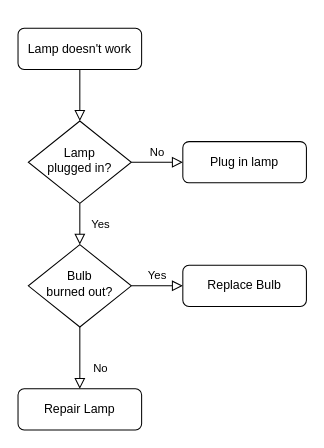
Before: Untitled Diagram.drawio in AdliXSec/FlowchartTubes, a draw.io diagram. Source tidied: cells renumbered, new cells numbered last; positions are measured from the earlier drawing's top-left corner, leaving out a move shared by most shapes. Both pictures are drawn from the tidied source at 103%, with x=0, y=0 at pixel (18, 28).
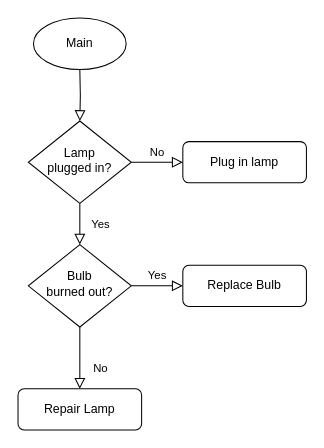
The same page after the edit.

The edit, as a diff of the source:
```diff
@@
 <mxGraphModel>
   <root>
     <mxCell id="0" />
     <mxCell id="1" parent="0" />
-    <mxCell id="2" style="rounded=0;html=1;jettySize=auto;fontSize=11;endArrow=block;endFill=0;endSize=8;strokeWidth=1;shadow=0;labelBackgroundColor=none;edgeStyle=orthogonalEdgeStyle;" parent="1" edge="1" source="3" target="6">
-      <mxGeometry relative="1" as="geometry" />
+    <mxCell id="2" style="rounded=0;html=1;jettySize=auto;fontSize=11;endArrow=block;endFill=0;endSize=8;strokeWidth=1;shadow=0;labelBackgroundColor=none;edgeStyle=orthogonalEdgeStyle;" parent="1" edge="1" target="6">
+      <mxGeometry relative="1" as="geometry">
+        <mxPoint x="60" y="40" as="sourcePoint" />
+      </mxGeometry>
     </mxCell>
-    <mxCell id="3" value="Lamp doesn't work" style="rounded=1;whiteSpace=wrap;html=1;fontSize=12;glass=0;strokeWidth=1;shadow=0;" parent="1" vertex="1">
-      <mxGeometry width="120" height="40" as="geometry" />
-    </mxCell>
     <mxCell id="4" value="Yes" style="rounded=0;html=1;jettySize=auto;fontSize=11;endArrow=block;endFill=0;endSize=8;strokeWidth=1;shadow=0;labelBackgroundColor=none;edgeStyle=orthogonalEdgeStyle;" parent="1" edge="1" source="6" target="10">
       <mxGeometry y="20" relative="1" as="geometry" />
     </mxCell>
     <mxCell id="5" value="No" style="edgeStyle=orthogonalEdgeStyle;rounded=0;html=1;jettySize=auto;fontSize=11;endArrow=block;endFill=0;endSize=8;strokeWidth=1;shadow=0;labelBackgroundColor=none;" parent="1" edge="1" source="6" target="7">
       <mxGeometry y="10" relative="1" as="geometry" />
     </mxCell>
     <mxCell id="6" value="Lamp&lt;br&gt;plugged in?" style="rhombus;whiteSpace=wrap;html=1;shadow=0;fontFamily=Helvetica;fontSize=12;align=center;strokeWidth=1;spacing=6;spacingTop=-4;" parent="1" vertex="1">
       <mxGeometry x="10" y="90" width="100" height="80" as="geometry" />
     </mxCell>
     <mxCell id="7" value="Plug in lamp" style="rounded=1;whiteSpace=wrap;html=1;fontSize=12;glass=0;strokeWidth=1;shadow=0;" parent="1" vertex="1">
       <mxGeometry x="160" y="110" width="120" height="40" as="geometry" />
     </mxCell>
     <mxCell id="8" value="No" style="rounded=0;html=1;jettySize=auto;fontSize=11;endArrow=block;endFill=0;endSize=8;strokeWidth=1;shadow=0;labelBackgroundColor=none;edgeStyle=orthogonalEdgeStyle;" parent="1" edge="1" source="10" target="11">
       <mxGeometry x="0.33" y="20" relative="1" as="geometry" />
     </mxCell>
     <mxCell id="9" value="Yes" style="edgeStyle=orthogonalEdgeStyle;rounded=0;html=1;jettySize=auto;fontSize=11;endArrow=block;endFill=0;endSize=8;strokeWidth=1;shadow=0;labelBackgroundColor=none;" parent="1" edge="1" source="10" target="12">
       <mxGeometry y="10" relative="1" as="geometry" />
     </mxCell>
     <mxCell id="10" value="Bulb&lt;br&gt;burned out?" style="rhombus;whiteSpace=wrap;html=1;shadow=0;fontFamily=Helvetica;fontSize=12;align=center;strokeWidth=1;spacing=6;spacingTop=-4;" parent="1" vertex="1">
       <mxGeometry x="10" y="210" width="100" height="80" as="geometry" />
     </mxCell>
     <mxCell id="11" value="Repair Lamp" style="rounded=1;whiteSpace=wrap;html=1;fontSize=12;glass=0;strokeWidth=1;shadow=0;" parent="1" vertex="1">
       <mxGeometry y="350" width="120" height="40" as="geometry" />
     </mxCell>
     <mxCell id="12" value="Replace Bulb" style="rounded=1;whiteSpace=wrap;html=1;fontSize=12;glass=0;strokeWidth=1;shadow=0;" parent="1" vertex="1">
       <mxGeometry x="160" y="230" width="120" height="40" as="geometry" />
     </mxCell>
+    <mxCell id="13" value="Main" style="ellipse;whiteSpace=wrap;html=1;" parent="1" vertex="1">
+      <mxGeometry x="15" y="-10" width="90" height="50" as="geometry" />
+    </mxCell>
   </root>
 </mxGraphModel>
```
